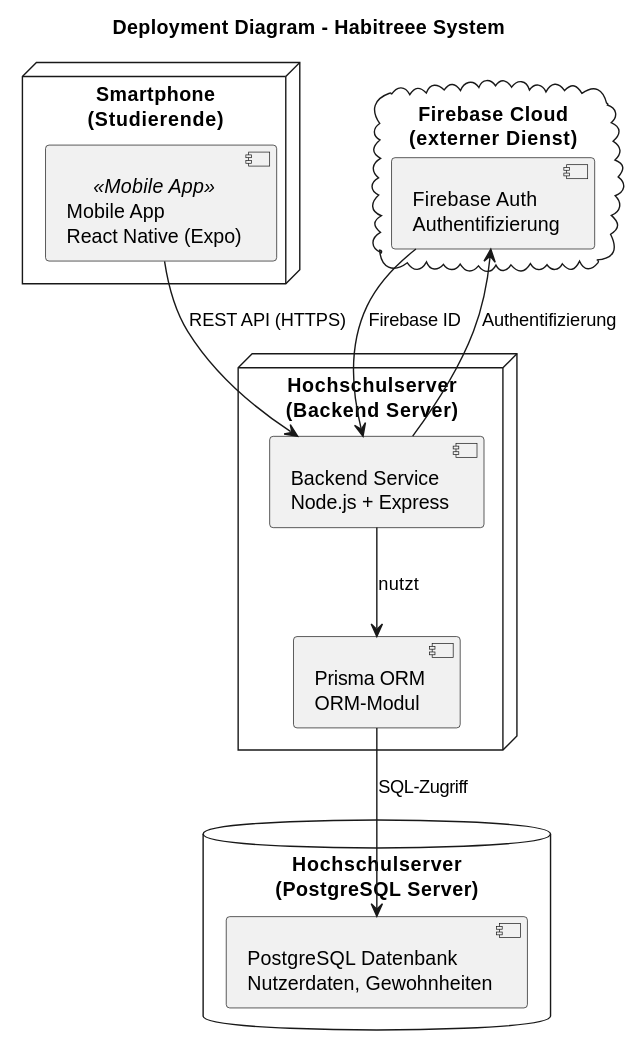
laurenzzzzzz/htwd-se1-habitree keeps this PlantUML diagram as docs/architecture/images/deployment-diagram-habitree.svg. Above is the earlier version. The source it was exported from:
```plantuml
@startuml
!define RECTANGLE class

title Deployment Diagram - Habitreee System

node "Smartphone\n(Studierende)" {
  [Mobile App\nReact Native (Expo)] <<Mobile App>>
}

cloud "Firebase Cloud\n(externer Dienst)" {
  [Firebase Auth\nAuthentifizierung]
}

node "Hochschulserver\n(Backend Server)" {
  [Backend Service\nNode.js + Express]
  [Prisma ORM\nORM-Modul]

}

database "Hochschulserver\n(PostgreSQL Server)" {
  [PostgreSQL Datenbank\nNutzerdaten, Gewohnheiten]
}

[Mobile App\nReact Native (Expo)] --> [Backend Service\nNode.js + Express] : REST API (HTTPS)
[Backend Service\nNode.js + Express] --> [Firebase Auth\nAuthentifizierung] : Authentifizierung
[Firebase Auth\nAuthentifizierung] --> [Backend Service\nNode.js + Express] : Firebase ID
[Prisma ORM\nORM-Modul] --> [PostgreSQL Datenbank\nNutzerdaten, Gewohnheiten] : SQL-Zugriff
[Backend Service\nNode.js + Express] --> [Prisma ORM\nORM-Modul] : nutzt
@enduml
```
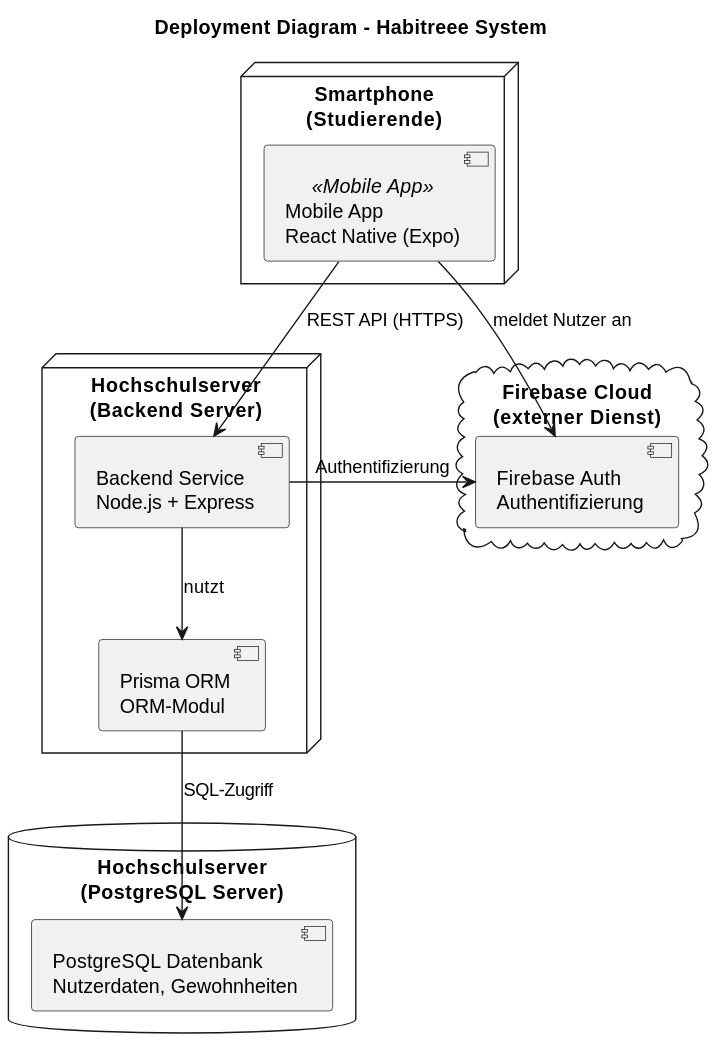
After the change.

Change to the diagram source:
```diff
@@ -22,8 +22,8 @@
 }
 
 [Mobile App\nReact Native (Expo)] --> [Backend Service\nNode.js + Express] : REST API (HTTPS)
-[Backend Service\nNode.js + Express] --> [Firebase Auth\nAuthentifizierung] : Authentifizierung
-[Firebase Auth\nAuthentifizierung] --> [Backend Service\nNode.js + Express] : Firebase ID
+[Backend Service\nNode.js + Express] -> [Firebase Auth\nAuthentifizierung] : Authentifizierung
+[Mobile App\nReact Native (Expo)] --> [Firebase Auth\nAuthentifizierung] : meldet Nutzer an
 [Prisma ORM\nORM-Modul] --> [PostgreSQL Datenbank\nNutzerdaten, Gewohnheiten] : SQL-Zugriff
 [Backend Service\nNode.js + Express] --> [Prisma ORM\nORM-Modul] : nutzt
 @enduml
```
